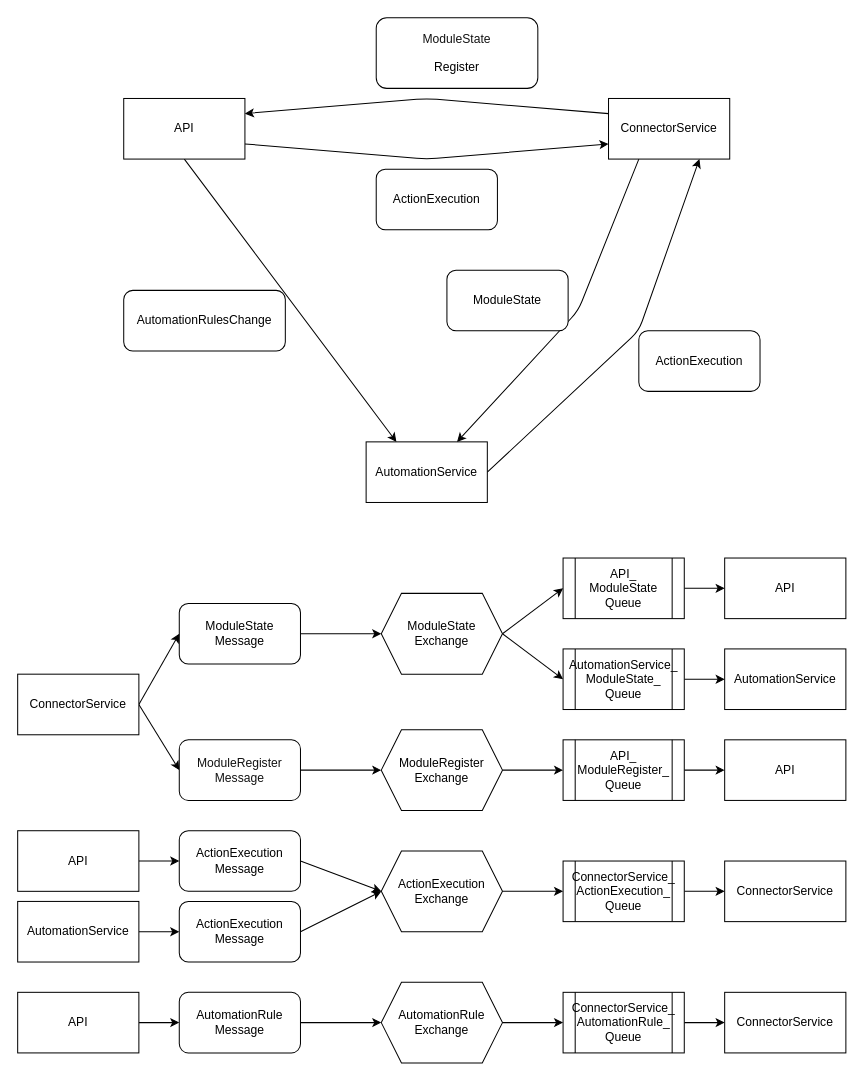
S-Mitterlehner/smart-garden keeps this draw.io diagram as docs/planning/RabbitMQ_DataFlow.drawio. Above is the earlier version. Source tidied: cells renumbered, new cells numbered last; positions are measured from the earlier drawing's top-left corner, leaving out a move shared by most shapes. Both pictures are drawn from the tidied source at 101%, with x=0, y=0 at pixel (17, 17).
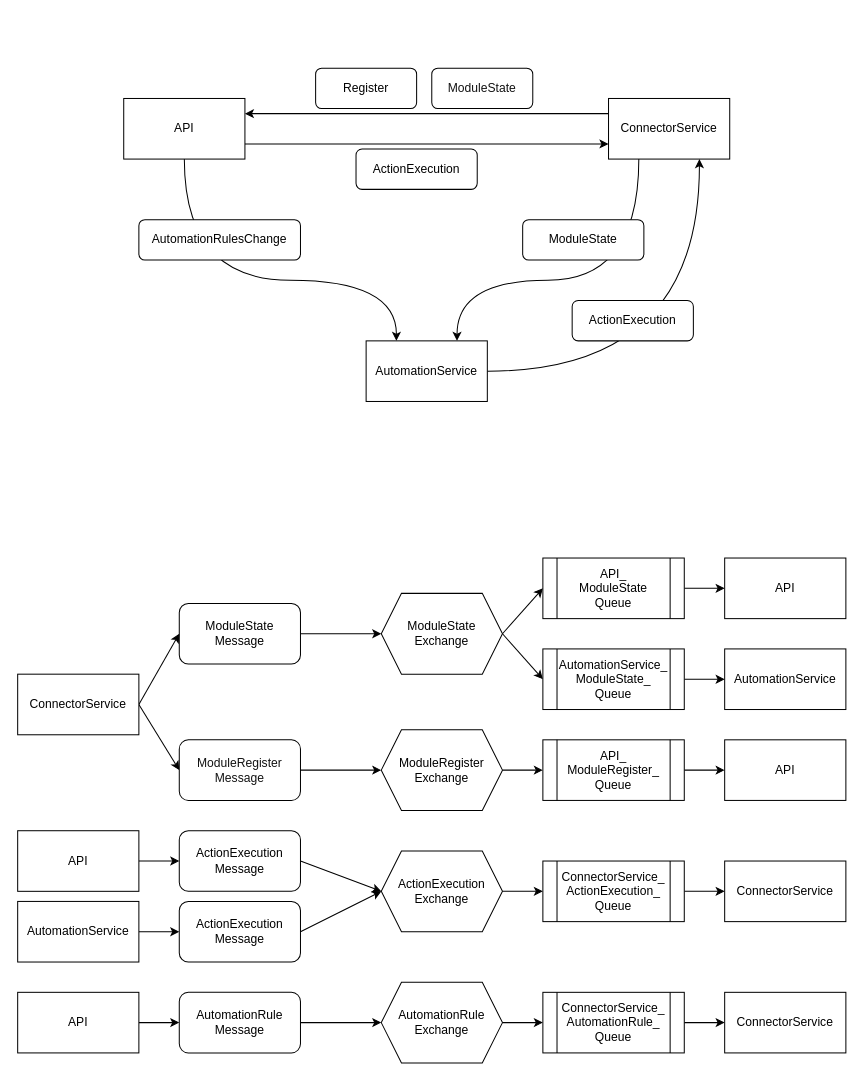
After the change.

The change refers to these unchanged cells:
```xml
<mxCell id="4" value="API" style="rounded=0;whiteSpace=wrap;html=1;" parent="1" vertex="1">
  <mxGeometry x="105" y="80" width="120" height="60" as="geometry" />
</mxCell>
<mxCell id="7" value="ConnectorService" style="rounded=0;whiteSpace=wrap;html=1;" parent="1" vertex="1">
  <mxGeometry x="585" y="80" width="120" height="60" as="geometry" />
</mxCell>
```

What changed in the source:
```diff
@@
-    <mxCell id="2" style="edgeStyle=none;html=1;exitX=0.5;exitY=1;exitDx=0;exitDy=0;entryX=0.25;entryY=0;entryDx=0;entryDy=0;" parent="1" edge="1" source="4" target="9">
-      <mxGeometry relative="1" as="geometry" />
+    <mxCell id="2" style="edgeStyle=orthogonalEdgeStyle;html=1;exitX=0.5;exitY=1;exitDx=0;exitDy=0;entryX=0.25;entryY=0;entryDx=0;entryDy=0;curved=1;" parent="1" edge="1" source="4" target="9">
+      <mxGeometry relative="1" as="geometry">
+        <Array as="points">
+          <mxPoint x="165" y="260" />
+          <mxPoint x="375" y="260" />
+        </Array>
+      </mxGeometry>
     </mxCell>
-    <mxCell id="3" style="edgeStyle=none;html=1;exitX=1;exitY=0.75;exitDx=0;exitDy=0;entryX=0;entryY=0.75;entryDx=0;entryDy=0;startArrow=none;startFill=0;" parent="1" edge="1" source="4" target="7">
-      <mxGeometry relative="1" as="geometry">
-        <Array as="points">
-          <mxPoint x="405" y="140" />
-        </Array>
-      </mxGeometry>
+    <mxCell id="3" style="edgeStyle=orthogonalEdgeStyle;html=1;exitX=1;exitY=0.75;exitDx=0;exitDy=0;entryX=0;entryY=0.75;entryDx=0;entryDy=0;startArrow=none;startFill=0;curved=1;" parent="1" edge="1" source="4" target="7">
+      <mxGeometry relative="1" as="geometry" />
     </mxCell>
@@
-    <mxCell id="5" style="edgeStyle=none;html=1;exitX=0.25;exitY=1;exitDx=0;exitDy=0;entryX=0.75;entryY=0;entryDx=0;entryDy=0;" parent="1" edge="1" source="7" target="9">
+    <mxCell id="5" style="edgeStyle=orthogonalEdgeStyle;html=1;exitX=0.25;exitY=1;exitDx=0;exitDy=0;entryX=0.75;entryY=0;entryDx=0;entryDy=0;curved=1;" parent="1" edge="1" source="7" target="9">
       <mxGeometry relative="1" as="geometry">
         <Array as="points">
-          <mxPoint x="555" y="290" />
+          <mxPoint x="615" y="260" />
+          <mxPoint x="435" y="260" />
         </Array>
       </mxGeometry>
     </mxCell>
-    <mxCell id="6" style="edgeStyle=none;html=1;exitX=0;exitY=0.25;exitDx=0;exitDy=0;entryX=1;entryY=0.25;entryDx=0;entryDy=0;" parent="1" edge="1" source="7" target="4">
-      <mxGeometry relative="1" as="geometry">
-        <Array as="points">
-          <mxPoint x="405" y="80" />
-        </Array>
-      </mxGeometry>
+    <mxCell id="6" style="edgeStyle=orthogonalEdgeStyle;html=1;exitX=0;exitY=0.25;exitDx=0;exitDy=0;entryX=1;entryY=0.25;entryDx=0;entryDy=0;curved=1;" parent="1" edge="1" source="7" target="4">
+      <mxGeometry relative="1" as="geometry" />
     </mxCell>
@@
-    <mxCell id="8" style="edgeStyle=none;html=1;exitX=1;exitY=0.5;exitDx=0;exitDy=0;entryX=0.75;entryY=1;entryDx=0;entryDy=0;" parent="1" edge="1" source="9" target="7">
-      <mxGeometry relative="1" as="geometry">
-        <Array as="points">
-          <mxPoint x="615" y="310" />
-        </Array>
-      </mxGeometry>
+    <mxCell id="8" style="edgeStyle=orthogonalEdgeStyle;html=1;exitX=1;exitY=0.5;exitDx=0;exitDy=0;entryX=0.75;entryY=1;entryDx=0;entryDy=0;curved=1;" parent="1" edge="1" source="9" target="7">
+      <mxGeometry relative="1" as="geometry" />
     </mxCell>
     <mxCell id="9" value="AutomationService" style="rounded=0;whiteSpace=wrap;html=1;" parent="1" vertex="1">
-      <mxGeometry x="345" y="420" width="120" height="60" as="geometry" />
+      <mxGeometry x="345" y="320" width="120" height="60" as="geometry" />
     </mxCell>
     <mxCell id="10" value="ActionExecution" style="rounded=1;whiteSpace=wrap;html=1;" parent="1" vertex="1">
-      <mxGeometry x="355" y="150" width="120" height="60" as="geometry" />
+      <mxGeometry x="335" y="130" width="120" height="40" as="geometry" />
     </mxCell>
-    <mxCell id="11" value="&lt;p&gt;&lt;font color=&quot;#121212&quot;&gt;ModuleState&lt;/font&gt;&lt;/p&gt;&lt;p&gt;Register&lt;/p&gt;" style="rounded=1;whiteSpace=wrap;html=1;" parent="1" vertex="1">
-      <mxGeometry x="355" width="160" height="70" as="geometry" />
+    <mxCell id="11" value="&lt;p&gt;&lt;span style=&quot;background-color: transparent; color: light-dark(rgb(0, 0, 0), rgb(255, 255, 255));&quot;&gt;Register&lt;/span&gt;&lt;/p&gt;" style="rounded=1;whiteSpace=wrap;html=1;" parent="1" vertex="1">
+      <mxGeometry x="295" y="50" width="100" height="40" as="geometry" />
     </mxCell>
     <mxCell id="12" value="AutomationRulesChange" style="rounded=1;whiteSpace=wrap;html=1;" parent="1" vertex="1">
-      <mxGeometry x="105" y="270" width="160" height="60" as="geometry" />
+      <mxGeometry x="120" y="200" width="160" height="40" as="geometry" />
     </mxCell>
     <mxCell id="13" value="ModuleState" style="rounded=1;whiteSpace=wrap;html=1;" parent="1" vertex="1">
-      <mxGeometry x="425" y="250" width="120" height="60" as="geometry" />
+      <mxGeometry x="500" y="200" width="120" height="40" as="geometry" />
     </mxCell>
     <mxCell id="14" value="ActionExecution" style="rounded=1;whiteSpace=wrap;html=1;" parent="1" vertex="1">
-      <mxGeometry x="615" y="310" width="120" height="60" as="geometry" />
+      <mxGeometry x="549" y="280" width="120" height="40" as="geometry" />
     </mxCell>
@@
     <mxCell id="19" value="API_&lt;div&gt;ModuleState&lt;br&gt;Queue&lt;/div&gt;" style="shape=process;whiteSpace=wrap;html=1;backgroundOutline=1;" parent="1" vertex="1">
-      <mxGeometry x="540" y="535" width="120" height="60" as="geometry" />
+      <mxGeometry x="520" y="535" width="140" height="60" as="geometry" />
     </mxCell>
@@
     <mxCell id="21" value="AutomationService_&lt;br&gt;ModuleState_&lt;br&gt;Queue" style="shape=process;whiteSpace=wrap;html=1;backgroundOutline=1;" parent="1" vertex="1">
-      <mxGeometry x="540" y="625" width="120" height="60" as="geometry" />
+      <mxGeometry x="520" y="625" width="140" height="60" as="geometry" />
     </mxCell>
@@
     <mxCell id="42" value="API_&lt;br&gt;ModuleRegister_&lt;br&gt;&lt;div&gt;Queue&lt;/div&gt;" style="shape=process;whiteSpace=wrap;html=1;backgroundOutline=1;" parent="1" vertex="1">
-      <mxGeometry x="540" y="715" width="120" height="60" as="geometry" />
+      <mxGeometry x="520" y="715" width="140" height="60" as="geometry" />
     </mxCell>
@@
     <mxCell id="47" value="ConnectorService_&lt;div&gt;ActionExecution_&lt;/div&gt;&lt;div&gt;Queue&lt;/div&gt;" style="shape=process;whiteSpace=wrap;html=1;backgroundOutline=1;" parent="1" vertex="1">
-      <mxGeometry x="540" y="835" width="120" height="60" as="geometry" />
+      <mxGeometry x="520" y="835" width="140" height="60" as="geometry" />
     </mxCell>
@@
     <mxCell id="56" value="ConnectorService_&lt;div&gt;AutomationRule_&lt;/div&gt;&lt;div&gt;Queue&lt;/div&gt;" style="shape=process;whiteSpace=wrap;html=1;backgroundOutline=1;" parent="1" vertex="1">
-      <mxGeometry x="540" y="965" width="120" height="60" as="geometry" />
+      <mxGeometry x="520" y="965" width="140" height="60" as="geometry" />
     </mxCell>
@@
+    <mxCell id="58" value="&lt;p&gt;&lt;font color=&quot;#121212&quot;&gt;ModuleState&lt;/font&gt;&lt;/p&gt;" style="rounded=1;whiteSpace=wrap;html=1;" parent="1" vertex="1">
+      <mxGeometry x="410" y="50" width="100" height="40" as="geometry" />
+    </mxCell>
```
